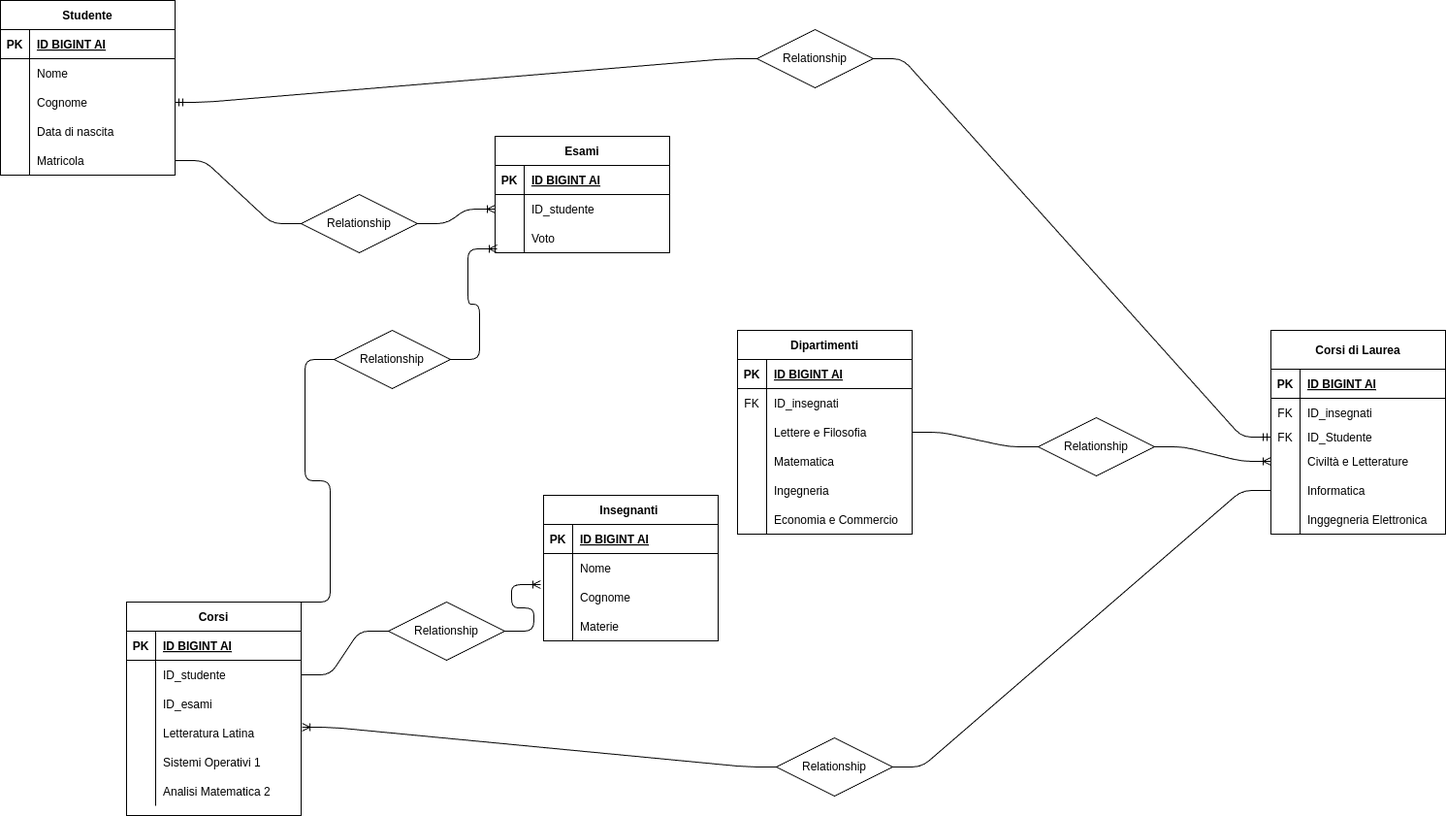
Above: university.png in dariopalmesi/db-university (draw.io), before the change. Source tidied: cells renumbered, new cells last; positions are measured from the earlier drawing's top-left corner, leaving out a move shared by most shapes.
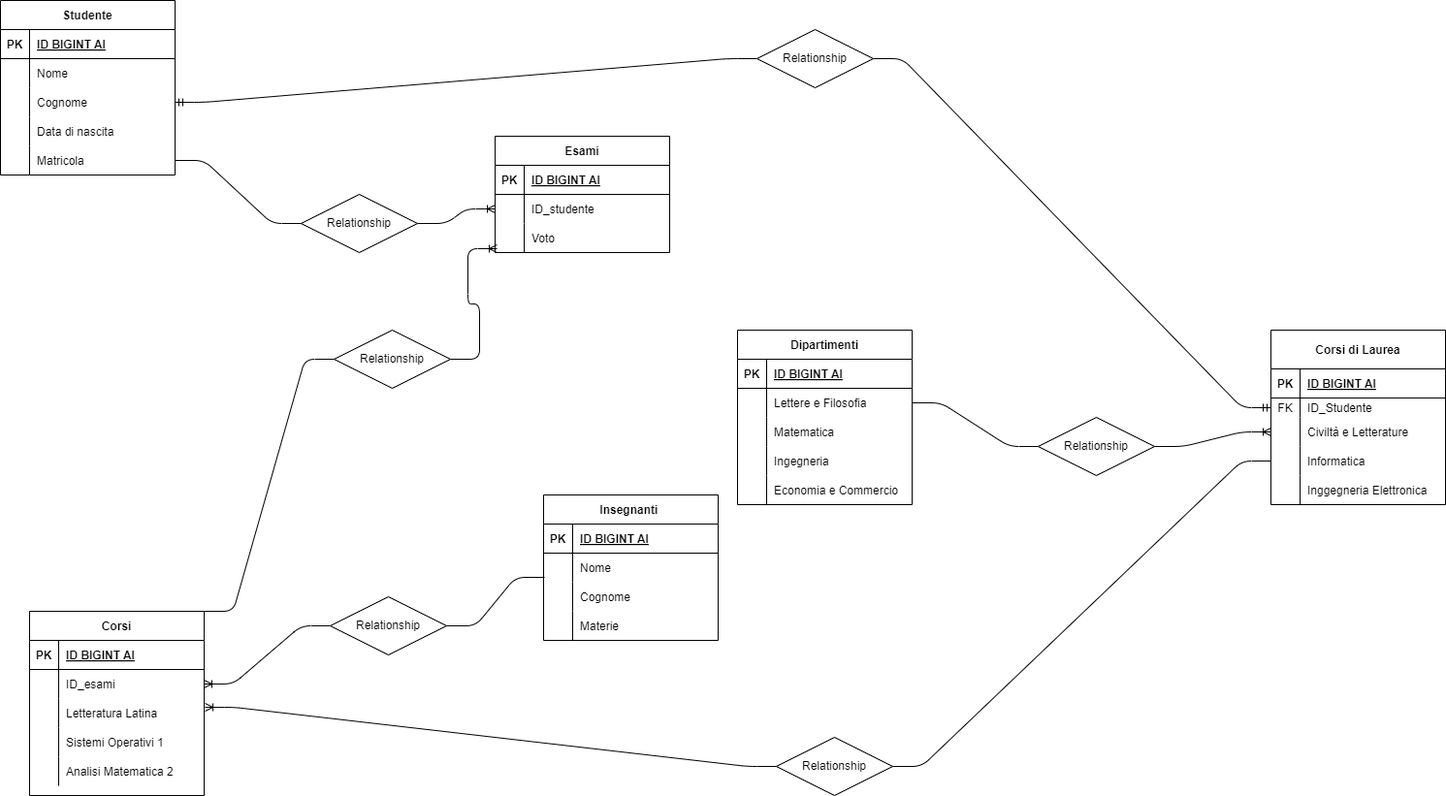
The same diagram one commit later.

Commit message:
correct bug commit

What changed in the source:
```diff
@@ -90,7 +90,7 @@
       <mxGeometry x="30" width="150" height="30" as="geometry" />
     </mxCell>
     <mxCell id="31" value="Dipartimenti" style="shape=table;startSize=30;rowLines=0;fontStyle=1;align=center;" parent="1" vertex="1">
-      <mxGeometry x="760" y="340" width="180" height="210" as="geometry" />
+      <mxGeometry x="760" y="340" width="180" height="180" as="geometry" />
     </mxCell>
     <mxCell id="32" style="shape=tableRow;horizontal=0;startSize=0;swimlaneHead=0;swimlaneBody=0;fillColor=none;top=0;left=0;right=0;bottom=1;" parent="31" vertex="1">
       <mxGeometry y="30" width="180" height="30" as="geometry" />
@@ -101,17 +101,8 @@
     <mxCell id="34" value="ID BIGINT AI" style="shape=partialRectangle;fillColor=none;top=0;left=0;bottom=0;right=0;align=left;spacingLeft=6;fontStyle=5;overflow=hidden;" parent="32" vertex="1">
       <mxGeometry x="30" width="150" height="30" as="geometry" />
     </mxCell>
-    <mxCell id="35" style="shape=tableRow;horizontal=0;startSize=0;swimlaneHead=0;swimlaneBody=0;fillColor=none;top=0;left=0;right=0;bottom=0;" parent="31" vertex="1">
-      <mxGeometry y="60" width="180" height="30" as="geometry" />
-    </mxCell>
-    <mxCell id="36" value="FK" style="shape=partialRectangle;fillColor=none;top=0;left=0;bottom=0;right=0;overflow=hidden;" parent="35" vertex="1">
-      <mxGeometry width="30" height="30" as="geometry" />
-    </mxCell>
-    <mxCell id="37" value="ID_insegnati" style="shape=partialRectangle;fillColor=none;top=0;left=0;bottom=0;right=0;align=left;spacingLeft=6;overflow=hidden;" parent="35" vertex="1">
-      <mxGeometry x="30" width="150" height="30" as="geometry" />
-    </mxCell>
     <mxCell id="38" style="shape=tableRow;horizontal=0;startSize=0;swimlaneHead=0;swimlaneBody=0;fillColor=none;points=[[0,0.5],[1,0.5]];portConstraint=eastwest;top=0;left=0;right=0;bottom=0;" parent="31" vertex="1">
-      <mxGeometry y="90" width="180" height="30" as="geometry" />
+      <mxGeometry y="60" width="180" height="30" as="geometry" />
     </mxCell>
     <mxCell id="39" style="shape=partialRectangle;fillColor=none;top=0;left=0;bottom=0;right=0;overflow=hidden;" parent="38" vertex="1">
       <mxGeometry width="30" height="30" as="geometry" />
@@ -120,7 +111,7 @@
       <mxGeometry x="30" width="150" height="30" as="geometry" />
     </mxCell>
     <mxCell id="41" style="shape=tableRow;horizontal=0;startSize=0;swimlaneHead=0;swimlaneBody=0;fillColor=none;top=0;left=0;right=0;bottom=0;" parent="31" vertex="1">
-      <mxGeometry y="120" width="180" height="30" as="geometry" />
+      <mxGeometry y="90" width="180" height="30" as="geometry" />
     </mxCell>
     <mxCell id="42" style="shape=partialRectangle;fillColor=none;top=0;left=0;bottom=0;right=0;overflow=hidden;" parent="41" vertex="1">
       <mxGeometry width="30" height="30" as="geometry" />
@@ -129,7 +120,7 @@
       <mxGeometry x="30" width="150" height="30" as="geometry" />
     </mxCell>
     <mxCell id="44" style="shape=tableRow;horizontal=0;startSize=0;swimlaneHead=0;swimlaneBody=0;fillColor=none;top=0;left=0;right=0;bottom=0;" parent="31" vertex="1">
-      <mxGeometry y="150" width="180" height="30" as="geometry" />
+      <mxGeometry y="120" width="180" height="30" as="geometry" />
     </mxCell>
     <mxCell id="45" style="shape=partialRectangle;fillColor=none;top=0;left=0;bottom=0;right=0;overflow=hidden;" parent="44" vertex="1">
       <mxGeometry width="30" height="30" as="geometry" />
@@ -138,7 +129,7 @@
       <mxGeometry x="30" width="150" height="30" as="geometry" />
     </mxCell>
     <mxCell id="47" style="shape=tableRow;horizontal=0;startSize=0;swimlaneHead=0;swimlaneBody=0;fillColor=none;top=0;left=0;right=0;bottom=0;" parent="31" vertex="1">
-      <mxGeometry y="180" width="180" height="30" as="geometry" />
+      <mxGeometry y="150" width="180" height="30" as="geometry" />
     </mxCell>
     <mxCell id="48" style="shape=partialRectangle;fillColor=none;top=0;left=0;bottom=0;right=0;overflow=hidden;" parent="47" vertex="1">
       <mxGeometry width="30" height="30" as="geometry" />
@@ -147,7 +138,7 @@
       <mxGeometry x="30" width="150" height="30" as="geometry" />
     </mxCell>
     <mxCell id="50" value="Corsi di Laurea" style="shape=table;startSize=40;rowLines=0;fontStyle=1;align=center;" parent="1" vertex="1">
-      <mxGeometry x="1310" y="340" width="180" height="210" as="geometry" />
+      <mxGeometry x="1310" y="340" width="180" height="180" as="geometry" />
     </mxCell>
     <mxCell id="51" style="shape=tableRow;horizontal=0;startSize=0;swimlaneHead=0;swimlaneBody=0;fillColor=none;top=0;left=0;right=0;bottom=1;" parent="50" vertex="1">
       <mxGeometry y="40" width="180" height="30" as="geometry" />
@@ -158,17 +149,8 @@
     <mxCell id="53" value="ID BIGINT AI" style="shape=partialRectangle;fillColor=none;top=0;left=0;bottom=0;right=0;align=left;spacingLeft=6;fontStyle=5;overflow=hidden;" parent="51" vertex="1">
       <mxGeometry x="30" width="150" height="30" as="geometry" />
     </mxCell>
-    <mxCell id="54" style="shape=tableRow;horizontal=0;startSize=0;swimlaneHead=0;swimlaneBody=0;fillColor=none;top=0;left=0;right=0;bottom=0;" parent="50" vertex="1">
-      <mxGeometry y="70" width="180" height="30" as="geometry" />
-    </mxCell>
-    <mxCell id="55" value="FK" style="shape=partialRectangle;fillColor=none;top=0;left=0;bottom=0;right=0;overflow=hidden;" parent="54" vertex="1">
-      <mxGeometry width="30" height="30" as="geometry" />
-    </mxCell>
-    <mxCell id="56" value="ID_insegnati" style="shape=partialRectangle;fillColor=none;top=0;left=0;bottom=0;right=0;align=left;spacingLeft=6;overflow=hidden;" parent="54" vertex="1">
-      <mxGeometry x="30" width="150" height="30" as="geometry" />
-    </mxCell>
     <mxCell id="57" style="shape=tableRow;horizontal=0;startSize=0;swimlaneHead=0;swimlaneBody=0;fillColor=none;points=[[0,0.5],[1,0.5]];portConstraint=eastwest;top=0;left=0;right=0;bottom=0;" parent="50" vertex="1">
-      <mxGeometry y="100" width="180" height="20" as="geometry" />
+      <mxGeometry y="70" width="180" height="20" as="geometry" />
     </mxCell>
     <mxCell id="58" value="FK" style="shape=partialRectangle;fillColor=none;top=0;left=0;bottom=0;right=0;overflow=hidden;" parent="57" vertex="1">
       <mxGeometry width="30" height="20" as="geometry" />
@@ -177,7 +159,7 @@
       <mxGeometry x="30" width="150" height="20" as="geometry" />
     </mxCell>
     <mxCell id="60" style="shape=tableRow;horizontal=0;startSize=0;swimlaneHead=0;swimlaneBody=0;fillColor=none;points=[[0,0.5],[1,0.5]];portConstraint=eastwest;top=0;left=0;right=0;bottom=0;" parent="50" vertex="1">
-      <mxGeometry y="120" width="180" height="30" as="geometry" />
+      <mxGeometry y="90" width="180" height="30" as="geometry" />
     </mxCell>
     <mxCell id="61" style="shape=partialRectangle;fillColor=none;top=0;left=0;bottom=0;right=0;overflow=hidden;" parent="60" vertex="1">
       <mxGeometry width="30" height="30" as="geometry" />
@@ -186,7 +168,7 @@
       <mxGeometry x="30" width="150" height="30" as="geometry" />
     </mxCell>
     <mxCell id="63" style="shape=tableRow;horizontal=0;startSize=0;swimlaneHead=0;swimlaneBody=0;fillColor=none;points=[[0,0.5],[1,0.5]];portConstraint=eastwest;top=0;left=0;right=0;bottom=0;" parent="50" vertex="1">
-      <mxGeometry y="150" width="180" height="30" as="geometry" />
+      <mxGeometry y="120" width="180" height="30" as="geometry" />
     </mxCell>
     <mxCell id="64" style="shape=partialRectangle;fillColor=none;top=0;left=0;bottom=0;right=0;overflow=hidden;" parent="63" vertex="1">
       <mxGeometry width="30" height="30" as="geometry" />
@@ -195,7 +177,7 @@
       <mxGeometry x="30" width="150" height="30" as="geometry" />
     </mxCell>
     <mxCell id="66" style="shape=tableRow;horizontal=0;startSize=0;swimlaneHead=0;swimlaneBody=0;fillColor=none;top=0;left=0;right=0;bottom=0;" parent="50" vertex="1">
-      <mxGeometry y="180" width="180" height="30" as="geometry" />
+      <mxGeometry y="150" width="180" height="30" as="geometry" />
     </mxCell>
     <mxCell id="67" style="shape=partialRectangle;fillColor=none;top=0;left=0;bottom=0;right=0;overflow=hidden;" parent="66" vertex="1">
       <mxGeometry width="30" height="30" as="geometry" />
@@ -204,7 +186,7 @@
       <mxGeometry x="30" width="150" height="30" as="geometry" />
     </mxCell>
     <mxCell id="69" value="Corsi" style="shape=table;startSize=30;rowLines=0;fontStyle=1;align=center;" parent="1" vertex="1">
-      <mxGeometry x="130" y="620" width="180" height="220" as="geometry" />
+      <mxGeometry x="30" y="630" width="180" height="190" as="geometry" />
     </mxCell>
     <mxCell id="70" style="shape=tableRow;horizontal=0;startSize=0;swimlaneHead=0;swimlaneBody=0;fillColor=none;top=0;left=0;right=0;bottom=1;" parent="69" vertex="1">
       <mxGeometry y="30" width="180" height="30" as="geometry" />
@@ -215,17 +197,8 @@
     <mxCell id="72" value="ID BIGINT AI" style="shape=partialRectangle;fillColor=none;top=0;left=0;bottom=0;right=0;align=left;spacingLeft=6;fontStyle=5;overflow=hidden;" parent="70" vertex="1">
       <mxGeometry x="30" width="150" height="30" as="geometry" />
     </mxCell>
-    <mxCell id="73" style="shape=tableRow;horizontal=0;startSize=0;swimlaneHead=0;swimlaneBody=0;fillColor=none;points=[[0,0.5],[1,0.5]];portConstraint=eastwest;top=0;left=0;right=0;bottom=0;" parent="69" vertex="1">
-      <mxGeometry y="60" width="180" height="30" as="geometry" />
-    </mxCell>
-    <mxCell id="74" style="shape=partialRectangle;fillColor=none;top=0;left=0;bottom=0;right=0;overflow=hidden;" parent="73" vertex="1">
-      <mxGeometry width="30" height="30" as="geometry" />
-    </mxCell>
-    <mxCell id="75" value="ID_studente" style="shape=partialRectangle;fillColor=none;top=0;left=0;bottom=0;right=0;align=left;spacingLeft=6;overflow=hidden;" parent="73" vertex="1">
-      <mxGeometry x="30" width="150" height="30" as="geometry" />
-    </mxCell>
     <mxCell id="76" style="shape=tableRow;horizontal=0;startSize=0;swimlaneHead=0;swimlaneBody=0;fillColor=none;points=[[0,0.5],[1,0.5]];portConstraint=eastwest;top=0;left=0;right=0;bottom=0;" parent="69" vertex="1">
-      <mxGeometry y="90" width="180" height="30" as="geometry" />
+      <mxGeometry y="60" width="180" height="30" as="geometry" />
     </mxCell>
     <mxCell id="77" style="shape=partialRectangle;fillColor=none;top=0;left=0;bottom=0;right=0;overflow=hidden;" parent="76" vertex="1">
       <mxGeometry width="30" height="30" as="geometry" />
@@ -234,7 +207,7 @@
       <mxGeometry x="30" width="150" height="30" as="geometry" />
     </mxCell>
     <mxCell id="79" style="shape=tableRow;horizontal=0;startSize=0;swimlaneHead=0;swimlaneBody=0;fillColor=none;points=[[0,0.5],[1,0.5]];portConstraint=eastwest;top=0;left=0;right=0;bottom=0;" parent="69" vertex="1">
-      <mxGeometry y="120" width="180" height="30" as="geometry" />
+      <mxGeometry y="90" width="180" height="30" as="geometry" />
     </mxCell>
     <mxCell id="80" style="shape=partialRectangle;fillColor=none;top=0;left=0;bottom=0;right=0;overflow=hidden;" parent="79" vertex="1">
       <mxGeometry width="30" height="30" as="geometry" />
@@ -243,7 +216,7 @@
       <mxGeometry x="30" width="150" height="30" as="geometry" />
     </mxCell>
     <mxCell id="82" style="shape=tableRow;horizontal=0;startSize=0;swimlaneHead=0;swimlaneBody=0;fillColor=none;top=0;left=0;right=0;bottom=0;" parent="69" vertex="1">
-      <mxGeometry y="150" width="180" height="30" as="geometry" />
+      <mxGeometry y="120" width="180" height="30" as="geometry" />
     </mxCell>
     <mxCell id="83" style="shape=partialRectangle;fillColor=none;top=0;left=0;bottom=0;right=0;overflow=hidden;" parent="82" vertex="1">
       <mxGeometry width="30" height="30" as="geometry" />
@@ -252,7 +225,7 @@
       <mxGeometry x="30" width="150" height="30" as="geometry" />
     </mxCell>
     <mxCell id="85" style="shape=tableRow;horizontal=0;startSize=0;swimlaneHead=0;swimlaneBody=0;fillColor=none;top=0;left=0;right=0;bottom=0;" parent="69" vertex="1">
-      <mxGeometry y="180" width="180" height="30" as="geometry" />
+      <mxGeometry y="150" width="180" height="30" as="geometry" />
     </mxCell>
     <mxCell id="86" style="shape=partialRectangle;fillColor=none;top=0;left=0;bottom=0;right=0;overflow=hidden;" parent="85" vertex="1">
       <mxGeometry width="30" height="30" as="geometry" />
@@ -326,15 +299,6 @@
     <mxCell id="109" value="Relationship" style="shape=rhombus;perimeter=rhombusPerimeter;whiteSpace=wrap;html=1;align=center;" parent="1" vertex="1">
       <mxGeometry x="800" y="760" width="120" height="60" as="geometry" />
     </mxCell>
-    <mxCell id="110" style="edgeStyle=entityRelationEdgeStyle;fontSize=12;html=1;endArrow=ERoneToMany;exitX=1;exitY=0.5;exitDx=0;exitDy=0;entryX=-0.017;entryY=0.067;entryDx=0;entryDy=0;entryPerimeter=0;startArrow=none;" parent="1" edge="1" source="112" target="25">
-      <mxGeometry relative="1" as="geometry" />
-    </mxCell>
-    <mxCell id="111" style="edgeStyle=entityRelationEdgeStyle;fontSize=12;html=1;endArrow=none;exitX=1;exitY=0.5;exitDx=0;exitDy=0;entryX=0;entryY=0.5;entryDx=0;entryDy=0;" parent="1" edge="1" source="73" target="112">
-      <mxGeometry relative="1" as="geometry" />
-    </mxCell>
-    <mxCell id="112" value="Relationship" style="shape=rhombus;perimeter=rhombusPerimeter;whiteSpace=wrap;html=1;align=center;" parent="1" vertex="1">
-      <mxGeometry x="400" y="620" width="120" height="60" as="geometry" />
-    </mxCell>
     <mxCell id="113" style="edgeStyle=entityRelationEdgeStyle;fontSize=12;html=1;endArrow=ERoneToMany;entryX=0.011;entryY=0.867;entryDx=0;entryDy=0;entryPerimeter=0;startArrow=none;exitX=1;exitY=0.5;exitDx=0;exitDy=0;" parent="1" edge="1" source="115" target="95">
       <mxGeometry relative="1" as="geometry" />
     </mxCell>
@@ -344,5 +308,14 @@
     <mxCell id="115" value="Relationship" style="shape=rhombus;perimeter=rhombusPerimeter;whiteSpace=wrap;html=1;align=center;" parent="1" vertex="1">
       <mxGeometry x="344" y="340" width="120" height="60" as="geometry" />
     </mxCell>
+    <mxCell id="116" style="edgeStyle=entityRelationEdgeStyle;fontSize=12;html=1;endArrow=ERoneToMany;exitX=0;exitY=0.5;exitDx=0;exitDy=0;entryX=1;entryY=0.5;entryDx=0;entryDy=0;startArrow=none;" parent="1" edge="1" source="112" target="76">
+      <mxGeometry relative="1" as="geometry" />
+    </mxCell>
+    <mxCell id="117" style="edgeStyle=entityRelationEdgeStyle;fontSize=12;html=1;endArrow=none;exitX=0.006;exitY=0.833;exitDx=0;exitDy=0;exitPerimeter=0;entryX=1;entryY=0.5;entryDx=0;entryDy=0;" parent="1" edge="1" source="22" target="112">
+      <mxGeometry relative="1" as="geometry" />
+    </mxCell>
+    <mxCell id="112" value="Relationship" style="shape=rhombus;perimeter=rhombusPerimeter;whiteSpace=wrap;html=1;align=center;" parent="1" vertex="1">
+      <mxGeometry x="340" y="615" width="120" height="60" as="geometry" />
+    </mxCell>
   </root>
 </mxGraphModel>
```
